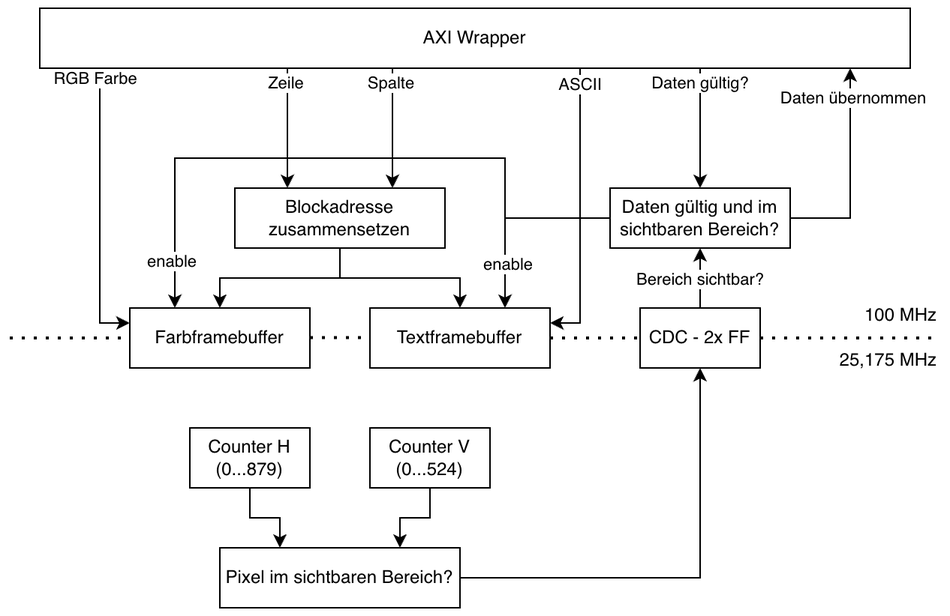
The draw.io diagram docs/Praesentation/src/files/VGA_Bufferbefuellung.png in Preunicom/AudioNEXT, before a commit. Source tidied: cells renumbered, new cells last; positions are measured from the earlier drawing's top-left corner, leaving out a move shared by most shapes. The source it was exported from:
```xml
<mxGraphModel>
  <root>
    <mxCell id="0" />
    <mxCell id="1" parent="0" />
    <mxCell id="2" value="Farbframebuffer" style="rounded=0;whiteSpace=wrap;html=1;" parent="1" vertex="1">
      <mxGeometry x="80" y="200" width="120" height="40" as="geometry" />
    </mxCell>
    <mxCell id="3" value="Textframebuffer" style="rounded=0;whiteSpace=wrap;html=1;" parent="1" vertex="1">
      <mxGeometry x="240" y="200" width="120" height="40" as="geometry" />
    </mxCell>
    <mxCell id="4" style="edgeStyle=orthogonalEdgeStyle;rounded=0;jettySize=auto;html=1;entryX=0.25;entryY=0;entryDx=0;entryDy=0;" parent="1" edge="1" source="5" target="9">
      <mxGeometry relative="1" as="geometry" />
    </mxCell>
    <mxCell id="5" value="Counter H&lt;br&gt;(0...879)" style="rounded=0;whiteSpace=wrap;html=1;" parent="1" vertex="1">
      <mxGeometry x="120" y="280" width="80" height="40" as="geometry" />
    </mxCell>
    <mxCell id="6" style="edgeStyle=orthogonalEdgeStyle;rounded=0;jettySize=auto;html=1;entryX=0.75;entryY=0;entryDx=0;entryDy=0;" parent="1" edge="1" source="7" target="9">
      <mxGeometry relative="1" as="geometry" />
    </mxCell>
    <mxCell id="7" value="Counter V&lt;br&gt;(0...524)" style="rounded=0;whiteSpace=wrap;html=1;" parent="1" vertex="1">
      <mxGeometry x="240" y="280" width="80" height="40" as="geometry" />
    </mxCell>
    <mxCell id="8" style="edgeStyle=orthogonalEdgeStyle;rounded=0;jettySize=auto;html=1;entryX=0.5;entryY=1;entryDx=0;entryDy=0;" parent="1" edge="1" source="9" target="14">
      <mxGeometry relative="1" as="geometry" />
    </mxCell>
    <mxCell id="9" value="Pixel im sichtbaren Bereich?" style="rounded=0;whiteSpace=wrap;html=1;" parent="1" vertex="1">
      <mxGeometry x="140" y="360" width="160" height="40" as="geometry" />
    </mxCell>
    <mxCell id="10" style="edgeStyle=orthogonalEdgeStyle;rounded=0;jettySize=auto;html=1;entryX=0.5;entryY=1;entryDx=0;entryDy=0;" parent="1" edge="1" source="14" target="24">
      <mxGeometry relative="1" as="geometry" />
    </mxCell>
    <mxCell id="11" style="edgeStyle=orthogonalEdgeStyle;rounded=0;jettySize=auto;html=1;" parent="1" edge="1" source="14" target="24">
      <mxGeometry relative="1" as="geometry" />
    </mxCell>
    <mxCell id="12" style="edgeStyle=orthogonalEdgeStyle;rounded=0;jettySize=auto;html=1;" parent="1" edge="1" source="14" target="24">
      <mxGeometry relative="1" as="geometry" />
    </mxCell>
    <mxCell id="13" value="Bereich sichtbar?" style="edgeLabel;html=1;align=center;verticalAlign=middle;" parent="12" vertex="1">
      <mxGeometry x="-0.02" relative="1" as="geometry" />
    </mxCell>
    <mxCell id="14" value="CDC - 2x FF" style="rounded=0;whiteSpace=wrap;html=1;" parent="1" vertex="1">
      <mxGeometry x="420" y="200" width="80" height="40" as="geometry" />
    </mxCell>
    <mxCell id="15" style="edgeStyle=orthogonalEdgeStyle;rounded=0;jettySize=auto;html=1;entryX=0.5;entryY=0;entryDx=0;entryDy=0;" parent="1" edge="1" source="17" target="2">
      <mxGeometry relative="1" as="geometry" />
    </mxCell>
    <mxCell id="16" style="edgeStyle=orthogonalEdgeStyle;rounded=0;jettySize=auto;html=1;entryX=0.5;entryY=0;entryDx=0;entryDy=0;" parent="1" edge="1" source="17" target="3">
      <mxGeometry relative="1" as="geometry" />
    </mxCell>
    <mxCell id="17" value="Blockadresse zusammensetzen" style="rounded=0;whiteSpace=wrap;html=1;" parent="1" vertex="1">
      <mxGeometry x="150" y="120" width="140" height="40" as="geometry" />
    </mxCell>
    <mxCell id="18" style="edgeStyle=orthogonalEdgeStyle;rounded=0;jettySize=auto;html=1;entryX=0.75;entryY=0;entryDx=0;entryDy=0;" parent="1" edge="1" source="24" target="3">
      <mxGeometry relative="1" as="geometry" />
    </mxCell>
    <mxCell id="19" value="enable" style="edgeLabel;html=1;align=center;verticalAlign=middle;" parent="18" vertex="1">
      <mxGeometry x="0.28" y="-3" relative="1" as="geometry">
        <mxPoint x="5" y="17" as="offset" />
      </mxGeometry>
    </mxCell>
    <mxCell id="20" style="edgeStyle=orthogonalEdgeStyle;rounded=0;jettySize=auto;html=1;" parent="1" edge="1" source="24">
      <mxGeometry relative="1" as="geometry">
        <mxPoint x="560" y="40" as="targetPoint" />
      </mxGeometry>
    </mxCell>
    <mxCell id="21" value="Daten übernommen" style="edgeLabel;html=1;align=center;verticalAlign=middle;" parent="20" vertex="1">
      <mxGeometry y="-2" relative="1" as="geometry">
        <mxPoint y="-50" as="offset" />
      </mxGeometry>
    </mxCell>
    <mxCell id="22" style="edgeStyle=orthogonalEdgeStyle;rounded=0;jettySize=auto;html=1;exitX=0;exitY=0.5;exitDx=0;exitDy=0;entryX=0.25;entryY=0;entryDx=0;entryDy=0;" parent="1" edge="1" source="24" target="2">
      <mxGeometry relative="1" as="geometry">
        <Array as="points">
          <mxPoint x="330" y="140" />
          <mxPoint x="330" y="100" />
          <mxPoint x="110" y="100" />
        </Array>
      </mxGeometry>
    </mxCell>
    <mxCell id="23" value="enable" style="edgeLabel;html=1;align=center;verticalAlign=middle;" parent="22" vertex="1">
      <mxGeometry x="0.68" y="-2" relative="1" as="geometry">
        <mxPoint y="38" as="offset" />
      </mxGeometry>
    </mxCell>
    <mxCell id="24" value="Daten gültig und im sichtbaren Bereich?" style="rounded=0;whiteSpace=wrap;html=1;" parent="1" vertex="1">
      <mxGeometry x="400" y="120" width="120" height="40" as="geometry" />
    </mxCell>
    <mxCell id="25" style="endArrow=classic;html=1;rounded=0;entryX=0.5;entryY=0;entryDx=0;entryDy=0;" parent="1" edge="1" target="24">
      <mxGeometry relative="1" as="geometry">
        <mxPoint x="460" y="40" as="sourcePoint" />
        <Array as="points">
          <mxPoint x="460" y="80" />
        </Array>
      </mxGeometry>
    </mxCell>
    <mxCell id="26" value="Daten gültig?" style="edgeLabel;html=1;align=center;verticalAlign=middle;" parent="25" vertex="1">
      <mxGeometry x="-0.88" y="-1" relative="1" as="geometry">
        <mxPoint x="1" y="5" as="offset" />
      </mxGeometry>
    </mxCell>
    <mxCell id="27" style="endArrow=classic;html=1;rounded=0;entryX=0.25;entryY=0;entryDx=0;entryDy=0;" parent="1" edge="1" target="17">
      <mxGeometry relative="1" as="geometry">
        <mxPoint x="185" y="40" as="sourcePoint" />
      </mxGeometry>
    </mxCell>
    <mxCell id="28" value="Zeile" style="edgeLabel;html=1;align=center;verticalAlign=middle;" parent="27" vertex="1">
      <mxGeometry x="-0.6" y="-1" relative="1" as="geometry">
        <mxPoint y="-6" as="offset" />
      </mxGeometry>
    </mxCell>
    <mxCell id="29" style="endArrow=classic;html=1;rounded=0;entryX=0;entryY=0.25;entryDx=0;entryDy=0;" parent="1" edge="1" target="2">
      <mxGeometry relative="1" as="geometry">
        <mxPoint x="60" y="40" as="sourcePoint" />
        <Array as="points">
          <mxPoint x="60" y="210" />
        </Array>
      </mxGeometry>
    </mxCell>
    <mxCell id="30" value="RGB Farbe" style="edgeLabel;html=1;align=center;verticalAlign=middle;" parent="29" vertex="1">
      <mxGeometry x="-0.53" y="-3" relative="1" as="geometry">
        <mxPoint y="-37" as="offset" />
      </mxGeometry>
    </mxCell>
    <mxCell id="31" style="endArrow=classic;html=1;rounded=0;entryX=1;entryY=0.25;entryDx=0;entryDy=0;" parent="1" edge="1" target="3">
      <mxGeometry relative="1" as="geometry">
        <mxPoint x="380" y="40" as="sourcePoint" />
        <Array as="points">
          <mxPoint x="380" y="210" />
        </Array>
      </mxGeometry>
    </mxCell>
    <mxCell id="32" value="ASCII" style="edgeLabel;html=1;align=center;verticalAlign=middle;" parent="31" vertex="1">
      <mxGeometry x="-0.89" relative="1" as="geometry" />
    </mxCell>
    <mxCell id="33" style="endArrow=classic;html=1;rounded=0;entryX=0.75;entryY=0;entryDx=0;entryDy=0;" parent="1" edge="1" target="17">
      <mxGeometry relative="1" as="geometry">
        <mxPoint x="255" y="40" as="sourcePoint" />
      </mxGeometry>
    </mxCell>
    <mxCell id="34" value="Spalte" style="edgeLabel;html=1;align=center;verticalAlign=middle;" parent="33" vertex="1">
      <mxGeometry x="-0.27" relative="1" as="geometry">
        <mxPoint x="-1" y="-19" as="offset" />
      </mxGeometry>
    </mxCell>
    <mxCell id="35" value="AXI Wrapper" style="rounded=0;whiteSpace=wrap;html=1;" parent="1" vertex="1">
      <mxGeometry x="20" width="580" height="40" as="geometry" />
    </mxCell>
    <mxCell id="36" style="endArrow=none;dashed=1;html=1;dashPattern=1 3;strokeWidth=2;rounded=0;entryX=0;entryY=0.5;entryDx=0;entryDy=0;exitX=1;exitY=0.5;exitDx=0;exitDy=0;" parent="1" edge="1" source="3" target="14">
      <mxGeometry relative="1" as="geometry" />
    </mxCell>
    <mxCell id="37" style="endArrow=none;dashed=1;html=1;dashPattern=1 3;strokeWidth=2;rounded=0;entryX=0;entryY=0.5;entryDx=0;entryDy=0;exitX=1;exitY=0.5;exitDx=0;exitDy=0;" parent="1" edge="1">
      <mxGeometry relative="1" as="geometry">
        <mxPoint x="200" y="219.7" as="sourcePoint" />
        <mxPoint x="240" y="219.7" as="targetPoint" />
      </mxGeometry>
    </mxCell>
    <mxCell id="38" style="endArrow=none;dashed=1;html=1;dashPattern=1 3;strokeWidth=2;rounded=0;exitX=1;exitY=0.5;exitDx=0;exitDy=0;entryX=1;entryY=1;entryDx=0;entryDy=0;" parent="1" edge="1" source="14" target="40">
      <mxGeometry relative="1" as="geometry" />
    </mxCell>
    <mxCell id="39" style="endArrow=none;dashed=1;html=1;dashPattern=1 3;strokeWidth=2;rounded=0;" parent="1" edge="1">
      <mxGeometry relative="1" as="geometry">
        <mxPoint y="220" as="sourcePoint" />
        <mxPoint x="80" y="220" as="targetPoint" />
      </mxGeometry>
    </mxCell>
    <mxCell id="40" value="100 MHz" style="text;html=1;whiteSpace=wrap;strokeColor=none;fillColor=none;align=right;verticalAlign=middle;rounded=0;" parent="1" vertex="1">
      <mxGeometry x="550" y="190" width="70" height="30" as="geometry" />
    </mxCell>
    <mxCell id="41" value="25,175 MHz" style="text;html=1;whiteSpace=wrap;strokeColor=none;fillColor=none;align=right;verticalAlign=middle;rounded=0;" parent="1" vertex="1">
      <mxGeometry x="550" y="220" width="70" height="30" as="geometry" />
    </mxCell>
  </root>
</mxGraphModel>
```
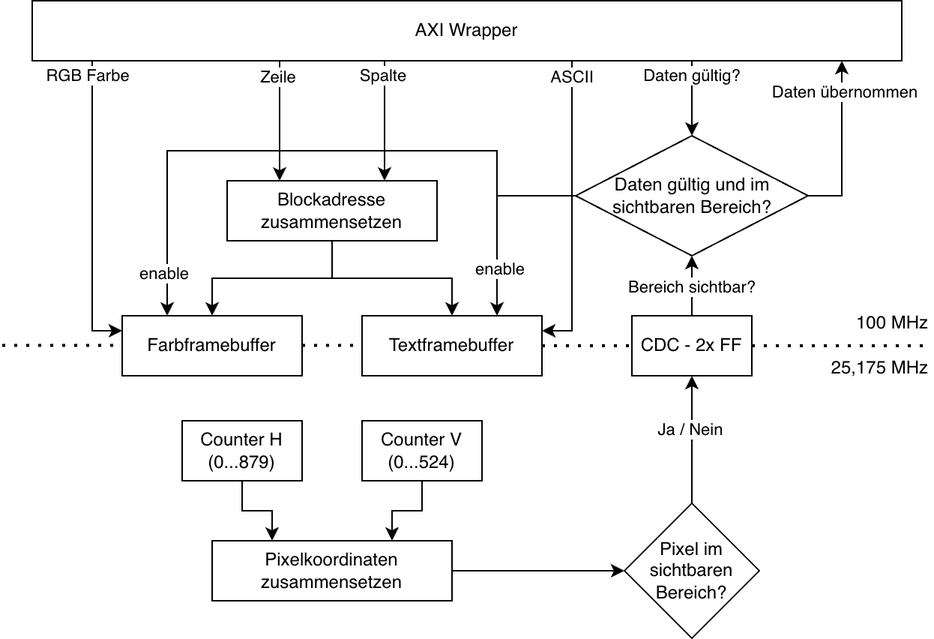
The same file after the commit.

Diff of the diagram source:
```diff
@@ -3,10 +3,10 @@
     <mxCell id="0" />
     <mxCell id="1" parent="0" />
     <mxCell id="2" value="Farbframebuffer" style="rounded=0;whiteSpace=wrap;html=1;" parent="1" vertex="1">
-      <mxGeometry x="80" y="200" width="120" height="40" as="geometry" />
+      <mxGeometry x="80" y="210" width="120" height="40" as="geometry" />
     </mxCell>
     <mxCell id="3" value="Textframebuffer" style="rounded=0;whiteSpace=wrap;html=1;" parent="1" vertex="1">
-      <mxGeometry x="240" y="200" width="120" height="40" as="geometry" />
+      <mxGeometry x="240" y="210" width="120" height="40" as="geometry" />
     </mxCell>
     <mxCell id="4" style="edgeStyle=orthogonalEdgeStyle;rounded=0;jettySize=auto;html=1;entryX=0.25;entryY=0;entryDx=0;entryDy=0;" parent="1" edge="1" source="5" target="9">
       <mxGeometry relative="1" as="geometry" />
@@ -20,26 +20,20 @@
     <mxCell id="7" value="Counter V&lt;br&gt;(0...524)" style="rounded=0;whiteSpace=wrap;html=1;" parent="1" vertex="1">
       <mxGeometry x="240" y="280" width="80" height="40" as="geometry" />
     </mxCell>
-    <mxCell id="8" style="edgeStyle=orthogonalEdgeStyle;rounded=0;jettySize=auto;html=1;entryX=0.5;entryY=1;entryDx=0;entryDy=0;" parent="1" edge="1" source="9" target="14">
-      <mxGeometry relative="1" as="geometry" />
-    </mxCell>
+    <mxCell id="42" style="edgeStyle=orthogonalEdgeStyle;rounded=0;jettySize=auto;html=1;entryX=0;entryY=0.5;entryDx=0;entryDy=0;" parent="1" edge="1" source="9" target="45">
+      <mxGeometry relative="1" as="geometry" />
+    </mxCell>
-    <mxCell id="9" value="Pixel im sichtbaren Bereich?" style="rounded=0;whiteSpace=wrap;html=1;" parent="1" vertex="1">
+    <mxCell id="9" value="Pixelkoordinaten zusammensetzen" style="rounded=0;whiteSpace=wrap;html=1;" parent="1" vertex="1">
       <mxGeometry x="140" y="360" width="160" height="40" as="geometry" />
     </mxCell>
-    <mxCell id="10" style="edgeStyle=orthogonalEdgeStyle;rounded=0;jettySize=auto;html=1;entryX=0.5;entryY=1;entryDx=0;entryDy=0;" parent="1" edge="1" source="14" target="24">
-      <mxGeometry relative="1" as="geometry" />
-    </mxCell>
-    <mxCell id="11" style="edgeStyle=orthogonalEdgeStyle;rounded=0;jettySize=auto;html=1;" parent="1" edge="1" source="14" target="24">
-      <mxGeometry relative="1" as="geometry" />
-    </mxCell>
-    <mxCell id="12" style="edgeStyle=orthogonalEdgeStyle;rounded=0;jettySize=auto;html=1;" parent="1" edge="1" source="14" target="24">
+    <mxCell id="12" style="edgeStyle=orthogonalEdgeStyle;rounded=0;jettySize=auto;html=1;entryX=0.5;entryY=1;entryDx=0;entryDy=0;" parent="1" edge="1" source="14" target="24">
       <mxGeometry relative="1" as="geometry" />
     </mxCell>
     <mxCell id="13" value="Bereich sichtbar?" style="edgeLabel;html=1;align=center;verticalAlign=middle;" parent="12" vertex="1">
       <mxGeometry x="-0.02" relative="1" as="geometry" />
     </mxCell>
     <mxCell id="14" value="CDC - 2x FF" style="rounded=0;whiteSpace=wrap;html=1;" parent="1" vertex="1">
-      <mxGeometry x="420" y="200" width="80" height="40" as="geometry" />
+      <mxGeometry x="420" y="210" width="80" height="40" as="geometry" />
     </mxCell>
     <mxCell id="15" style="edgeStyle=orthogonalEdgeStyle;rounded=0;jettySize=auto;html=1;entryX=0.5;entryY=0;entryDx=0;entryDy=0;" parent="1" edge="1" source="17" target="2">
       <mxGeometry relative="1" as="geometry" />
@@ -50,7 +44,7 @@
     <mxCell id="17" value="Blockadresse zusammensetzen" style="rounded=0;whiteSpace=wrap;html=1;" parent="1" vertex="1">
       <mxGeometry x="150" y="120" width="140" height="40" as="geometry" />
     </mxCell>
-    <mxCell id="18" style="edgeStyle=orthogonalEdgeStyle;rounded=0;jettySize=auto;html=1;entryX=0.75;entryY=0;entryDx=0;entryDy=0;" parent="1" edge="1" source="24" target="3">
+    <mxCell id="18" style="edgeStyle=orthogonalEdgeStyle;rounded=0;jettySize=auto;html=1;entryX=0.75;entryY=0;entryDx=0;entryDy=0;exitX=0;exitY=0.5;exitDx=0;exitDy=0;" parent="1" edge="1" source="24" target="3">
       <mxGeometry relative="1" as="geometry" />
     </mxCell>
     <mxCell id="19" value="enable" style="edgeLabel;html=1;align=center;verticalAlign=middle;" parent="18" vertex="1">
@@ -58,20 +52,20 @@
         <mxPoint x="5" y="17" as="offset" />
       </mxGeometry>
     </mxCell>
-    <mxCell id="20" style="edgeStyle=orthogonalEdgeStyle;rounded=0;jettySize=auto;html=1;" parent="1" edge="1" source="24">
+    <mxCell id="20" style="edgeStyle=orthogonalEdgeStyle;rounded=0;jettySize=auto;html=1;exitX=1;exitY=0.5;exitDx=0;exitDy=0;" parent="1" edge="1" source="24">
       <mxGeometry relative="1" as="geometry">
         <mxPoint x="560" y="40" as="targetPoint" />
       </mxGeometry>
     </mxCell>
     <mxCell id="21" value="Daten übernommen" style="edgeLabel;html=1;align=center;verticalAlign=middle;" parent="20" vertex="1">
       <mxGeometry y="-2" relative="1" as="geometry">
-        <mxPoint y="-50" as="offset" />
+        <mxPoint y="-36" as="offset" />
       </mxGeometry>
     </mxCell>
     <mxCell id="22" style="edgeStyle=orthogonalEdgeStyle;rounded=0;jettySize=auto;html=1;exitX=0;exitY=0.5;exitDx=0;exitDy=0;entryX=0.25;entryY=0;entryDx=0;entryDy=0;" parent="1" edge="1" source="24" target="2">
       <mxGeometry relative="1" as="geometry">
         <Array as="points">
-          <mxPoint x="330" y="140" />
+          <mxPoint x="330" y="130" />
           <mxPoint x="330" y="100" />
           <mxPoint x="110" y="100" />
         </Array>
@@ -82,9 +76,6 @@
         <mxPoint y="38" as="offset" />
       </mxGeometry>
     </mxCell>
-    <mxCell id="24" value="Daten gültig und im sichtbaren Bereich?" style="rounded=0;whiteSpace=wrap;html=1;" parent="1" vertex="1">
-      <mxGeometry x="400" y="120" width="120" height="40" as="geometry" />
-    </mxCell>
     <mxCell id="25" style="endArrow=classic;html=1;rounded=0;entryX=0.5;entryY=0;entryDx=0;entryDy=0;" parent="1" edge="1" target="24">
       <mxGeometry relative="1" as="geometry">
         <mxPoint x="460" y="40" as="sourcePoint" />
@@ -95,7 +86,7 @@
     </mxCell>
     <mxCell id="26" value="Daten gültig?" style="edgeLabel;html=1;align=center;verticalAlign=middle;" parent="25" vertex="1">
       <mxGeometry x="-0.88" y="-1" relative="1" as="geometry">
-        <mxPoint x="1" y="5" as="offset" />
+        <mxPoint x="1" y="7" as="offset" />
       </mxGeometry>
     </mxCell>
     <mxCell id="27" style="endArrow=classic;html=1;rounded=0;entryX=0.25;entryY=0;entryDx=0;entryDy=0;" parent="1" edge="1" target="17">
@@ -112,7 +103,7 @@
       <mxGeometry relative="1" as="geometry">
         <mxPoint x="60" y="40" as="sourcePoint" />
         <Array as="points">
-          <mxPoint x="60" y="210" />
+          <mxPoint x="60" y="220" />
         </Array>
       </mxGeometry>
     </mxCell>
@@ -125,7 +116,7 @@
       <mxGeometry relative="1" as="geometry">
         <mxPoint x="380" y="40" as="sourcePoint" />
         <Array as="points">
-          <mxPoint x="380" y="210" />
+          <mxPoint x="380" y="220" />
         </Array>
       </mxGeometry>
     </mxCell>
@@ -150,8 +141,8 @@
     </mxCell>
     <mxCell id="37" style="endArrow=none;dashed=1;html=1;dashPattern=1 3;strokeWidth=2;rounded=0;entryX=0;entryY=0.5;entryDx=0;entryDy=0;exitX=1;exitY=0.5;exitDx=0;exitDy=0;" parent="1" edge="1">
       <mxGeometry relative="1" as="geometry">
-        <mxPoint x="200" y="219.7" as="sourcePoint" />
-        <mxPoint x="240" y="219.7" as="targetPoint" />
+        <mxPoint x="200" y="229.7" as="sourcePoint" />
+        <mxPoint x="240" y="229.7" as="targetPoint" />
       </mxGeometry>
     </mxCell>
     <mxCell id="38" style="endArrow=none;dashed=1;html=1;dashPattern=1 3;strokeWidth=2;rounded=0;exitX=1;exitY=0.5;exitDx=0;exitDy=0;entryX=1;entryY=1;entryDx=0;entryDy=0;" parent="1" edge="1" source="14" target="40">
@@ -159,15 +150,27 @@
     </mxCell>
     <mxCell id="39" style="endArrow=none;dashed=1;html=1;dashPattern=1 3;strokeWidth=2;rounded=0;" parent="1" edge="1">
       <mxGeometry relative="1" as="geometry">
-        <mxPoint y="220" as="sourcePoint" />
-        <mxPoint x="80" y="220" as="targetPoint" />
+        <mxPoint y="229.7" as="sourcePoint" />
+        <mxPoint x="80" y="229.7" as="targetPoint" />
       </mxGeometry>
     </mxCell>
     <mxCell id="40" value="100 MHz" style="text;html=1;whiteSpace=wrap;strokeColor=none;fillColor=none;align=right;verticalAlign=middle;rounded=0;" parent="1" vertex="1">
-      <mxGeometry x="550" y="190" width="70" height="30" as="geometry" />
+      <mxGeometry x="550" y="200" width="70" height="30" as="geometry" />
     </mxCell>
     <mxCell id="41" value="25,175 MHz" style="text;html=1;whiteSpace=wrap;strokeColor=none;fillColor=none;align=right;verticalAlign=middle;rounded=0;" parent="1" vertex="1">
-      <mxGeometry x="550" y="220" width="70" height="30" as="geometry" />
+      <mxGeometry x="550" y="230" width="70" height="30" as="geometry" />
     </mxCell>
+    <mxCell id="43" style="edgeStyle=orthogonalEdgeStyle;rounded=0;jettySize=auto;html=1;entryX=0.5;entryY=1;entryDx=0;entryDy=0;" parent="1" edge="1" source="45" target="14">
+      <mxGeometry relative="1" as="geometry" />
+    </mxCell>
+    <mxCell id="44" value="Ja / Nein" style="edgeLabel;html=1;align=center;verticalAlign=middle;" parent="43" vertex="1">
+      <mxGeometry x="0.17" y="1" relative="1" as="geometry" />
+    </mxCell>
+    <mxCell id="45" value="Pixel im sichtbaren Bereich?" style="rhombus;whiteSpace=wrap;html=1;" parent="1" vertex="1">
+      <mxGeometry x="415" y="335" width="90" height="90" as="geometry" />
+    </mxCell>
+    <mxCell id="24" value="Daten gültig und im sichtbaren Bereich?" style="rhombus;whiteSpace=wrap;html=1;" parent="1" vertex="1">
+      <mxGeometry x="382.5" y="90" width="155" height="80" as="geometry" />
+    </mxCell>
   </root>
 </mxGraphModel>
```
